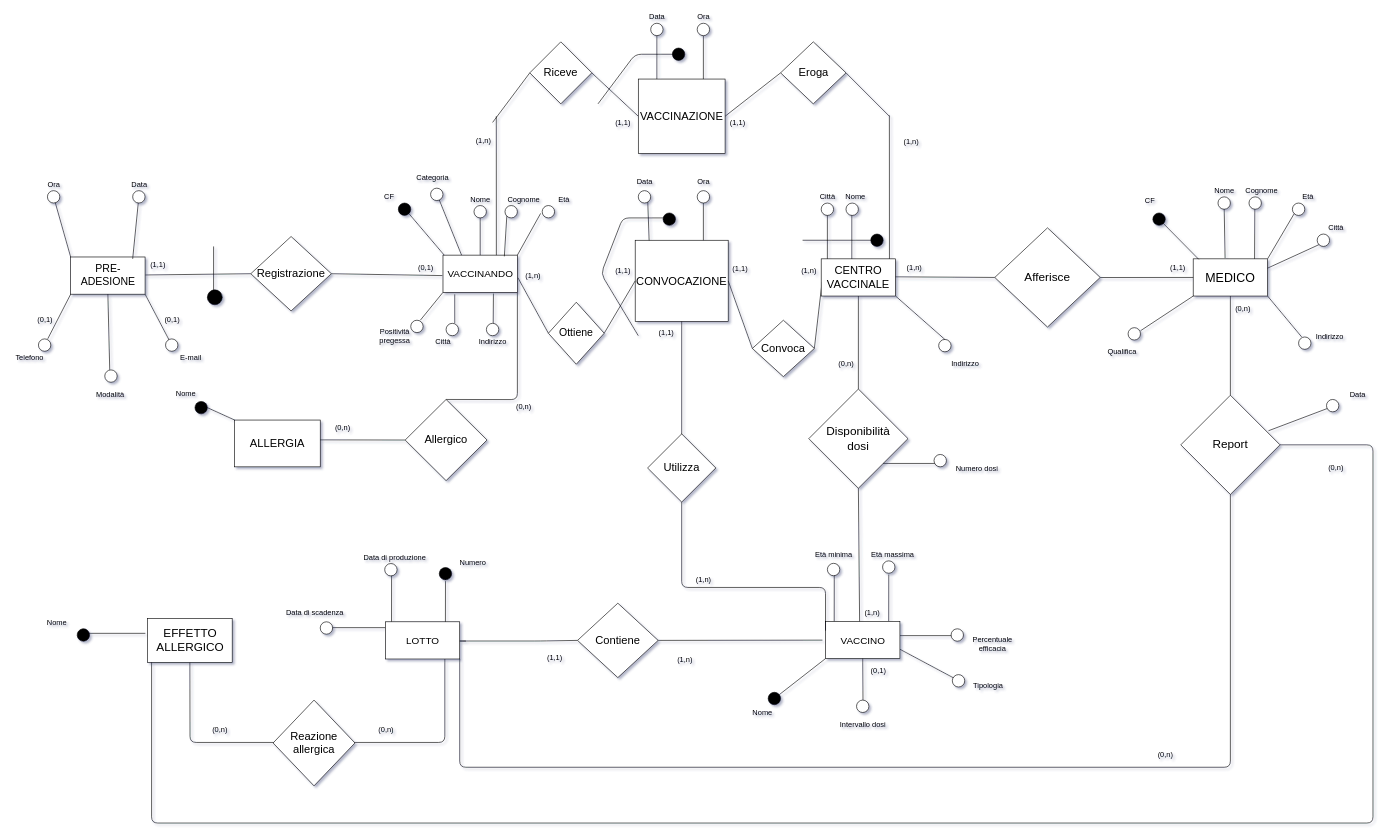
Before: page "ERristr" (1 of 2) of bd/Schema E/ERsenzagen.drawio in shaggyishere/VaccineDatabase, a draw.io diagram. Source tidied: cells renumbered, new cells numbered last; positions are measured from the earlier drawing's top-left corner, leaving out a move shared by most shapes. Both pictures are drawn from the tidied source at 62%, with x=0, y=0 at pixel (10, 11).
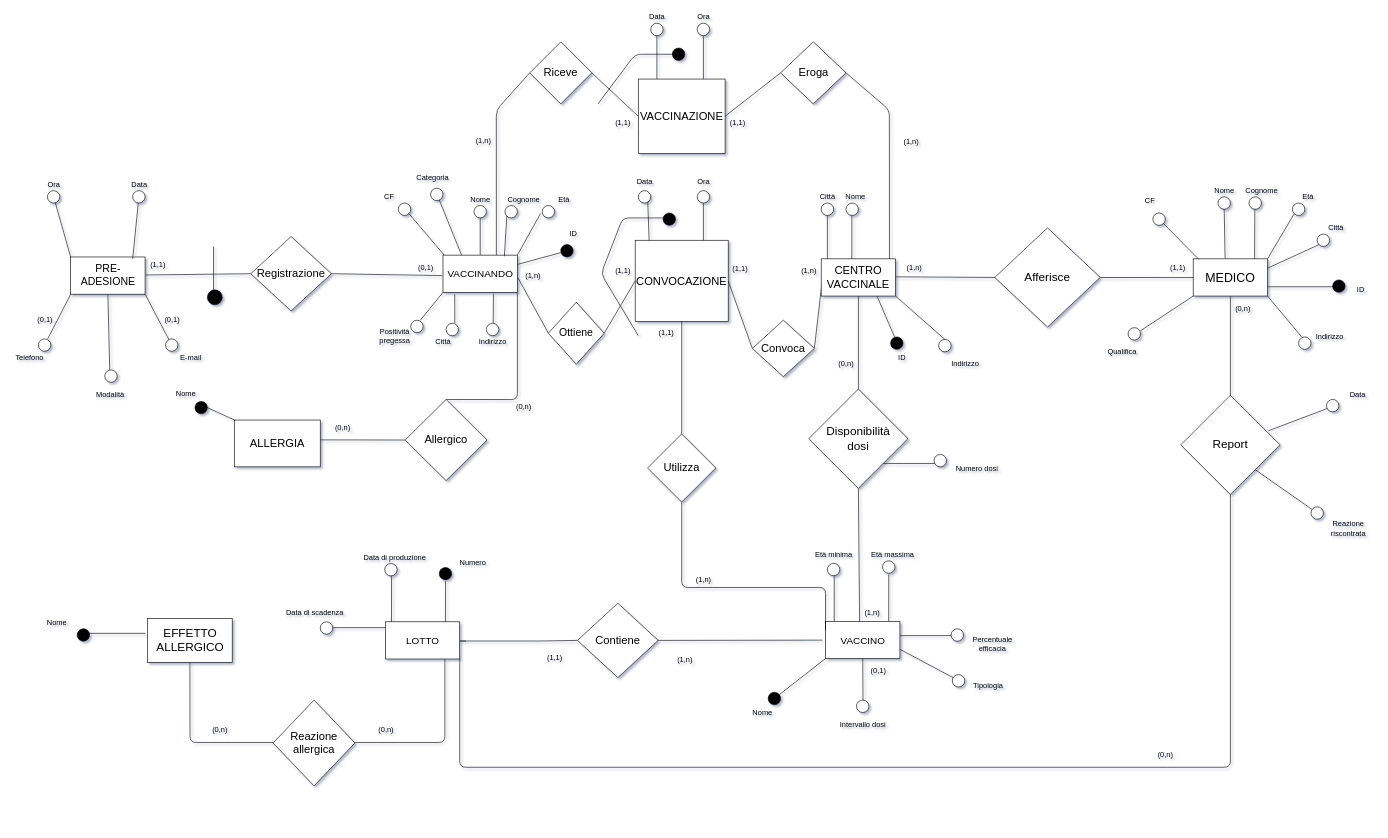
The same page after the edit.

Commit message:
Modificato REPORT (tolta la referenza di reazione allergica)

Unchanged cells that the change refers to:
```xml
<mxCell id="5" value="&lt;font style=&quot;font-size: 18px&quot;&gt;CENTRO VACCINALE&lt;/font&gt;" style="rounded=0;whiteSpace=wrap;html=1;strokeWidth=1;fillColor=#FFFFFF;" parent="1" vertex="1">
  <mxGeometry x="1308" y="400" width="120" height="60" as="geometry" />
</mxCell>
<mxCell id="57" value="&lt;font style=&quot;font-size: 19px&quot;&gt;Report&lt;/font&gt;" style="rhombus;whiteSpace=wrap;html=1;strokeWidth=1;fillColor=#FFFFFF;" parent="1" vertex="1">
  <mxGeometry x="1888" y="620" width="160" height="160" as="geometry" />
</mxCell>
<mxCell id="77" style="rounded=0;whiteSpace=wrap;html=1;" parent="1" vertex="1">
  <mxGeometry x="698" y="394" width="120" height="60" as="geometry" />
</mxCell>
<mxCell id="130" value="&lt;blockquote style=&quot;font-size: 20px&quot;&gt;MEDICO&lt;/blockquote&gt;" style="whiteSpace=wrap;html=1;strokeWidth=1;fillColor=#FFFFFF;" parent="1" vertex="1">
  <mxGeometry x="1908" y="400" width="120" height="60" as="geometry" />
</mxCell>
<mxCell id="165" value="&lt;font style=&quot;font-size: 18px&quot;&gt;Eroga&lt;/font&gt;" style="rhombus;whiteSpace=wrap;html=1;" parent="1" vertex="1">
  <mxGeometry x="1242.5" y="50" width="105.5" height="100" as="geometry" />
</mxCell>
<mxCell id="167" value="&lt;font style=&quot;font-size: 18px&quot;&gt;Riceve&lt;/font&gt;" style="rhombus;whiteSpace=wrap;html=1;" parent="1" vertex="1">
  <mxGeometry x="838" y="50" width="100" height="100" as="geometry" />
</mxCell>
```

Diff of the diagram source:
```diff
@@
-    <mxCell id="14" style="endArrow=none;html=1;" parent="1" edge="1">
-      <mxGeometry relative="1" as="geometry">
-        <mxPoint x="1388" y="370" as="sourcePoint" />
-        <mxPoint x="1278" y="370" as="targetPoint" />
-      </mxGeometry>
-    </mxCell>
-    <mxCell id="15" style="ellipse;whiteSpace=wrap;html=1;strokeWidth=1;fillColor=#000000;" parent="1" vertex="1">
-      <mxGeometry x="1388" y="360" width="20" height="20" as="geometry" />
-    </mxCell>
@@
-    <mxCell id="17" style="endArrow=none;html=1;exitX=0.384;exitY=0.024;exitDx=0;exitDy=0;exitPerimeter=0;" parent="1" edge="1">
+    <mxCell id="17" style="endArrow=none;html=1;exitX=0.384;exitY=0.024;exitDx=0;exitDy=0;exitPerimeter=0;entryX=0;entryY=0.5;entryDx=0;entryDy=0;" parent="1" edge="1" target="167">
       <mxGeometry relative="1" as="geometry">
         <mxPoint x="784.1" y="401.4" as="sourcePoint" />
-        <mxPoint x="784" y="170" as="targetPoint" />
+        <Array as="points">
+          <mxPoint x="784" y="160" />
+        </Array>
       </mxGeometry>
     </mxCell>
-    <mxCell id="18" style="endArrow=none;html=1;exitX=0.384;exitY=0.024;exitDx=0;exitDy=0;exitPerimeter=0;" parent="1" edge="1">
+    <mxCell id="18" style="endArrow=none;html=1;exitX=0.384;exitY=0.024;exitDx=0;exitDy=0;exitPerimeter=0;entryX=1;entryY=0.5;entryDx=0;entryDy=0;" parent="1" edge="1" target="165">
       <mxGeometry relative="1" as="geometry">
         <mxPoint x="1418.1" y="400" as="sourcePoint" />
-        <mxPoint x="1418" y="168.6" as="targetPoint" />
+        <Array as="points">
+          <mxPoint x="1418" y="160" />
+        </Array>
       </mxGeometry>
     </mxCell>
@@
-    <mxCell id="79" style="ellipse;whiteSpace=wrap;html=1;strokeWidth=1;fillColor=#000000;" parent="1" vertex="1">
+    <mxCell id="79" style="ellipse;whiteSpace=wrap;html=1;strokeWidth=1;fillColor=#FFFFFF;" parent="1" vertex="1">
       <mxGeometry x="626" y="310" width="20" height="20" as="geometry" />
     </mxCell>
@@
-    <mxCell id="132" style="ellipse;whiteSpace=wrap;html=1;strokeWidth=1;fillColor=#000000;" parent="1" vertex="1">
+    <mxCell id="132" style="ellipse;whiteSpace=wrap;html=1;strokeWidth=1;fillColor=#FFFFFF;" parent="1" vertex="1">
       <mxGeometry x="1843" y="326" width="20" height="20" as="geometry" />
     </mxCell>
@@
-    <mxCell id="166" style="endArrow=none;html=1;exitX=1;exitY=0.5;exitDx=0;exitDy=0;" parent="1" edge="1" source="165">
-      <mxGeometry relative="1" as="geometry">
-        <mxPoint x="1418" y="170" as="targetPoint" />
-      </mxGeometry>
-    </mxCell>
@@
-    <mxCell id="168" style="endArrow=none;html=1;entryX=0;entryY=0.5;entryDx=0;entryDy=0;" parent="1" edge="1" target="167">
-      <mxGeometry relative="1" as="geometry">
-        <mxPoint x="778" y="180" as="sourcePoint" />
-      </mxGeometry>
-    </mxCell>
@@
-    <mxCell id="202" value="(0,n)" style="text;html=1;align=center;verticalAlign=middle;strokeColor=none;" parent="1" vertex="1">
-      <mxGeometry x="2118" y="727.3" width="40" height="20" as="geometry" />
-    </mxCell>
@@
-    <mxCell id="208" style="endArrow=none;html=1;entryX=1;entryY=0.5;entryDx=0;entryDy=0;" parent="1" edge="1" target="57">
-      <mxGeometry relative="1" as="geometry">
-        <mxPoint x="228" y="1051" as="sourcePoint" />
-        <Array as="points">
-          <mxPoint x="228" y="1310" />
-          <mxPoint x="2198" y="1310" />
-          <mxPoint x="2198" y="700" />
-        </Array>
-      </mxGeometry>
-    </mxCell>
+    <mxCell id="209" style="endArrow=none;html=1;entryX=1;entryY=0.25;entryDx=0;entryDy=0;" parent="1" edge="1" target="77">
+      <mxGeometry relative="1" as="geometry">
+        <mxPoint x="888" y="390" as="sourcePoint" />
+      </mxGeometry>
+    </mxCell>
+    <mxCell id="210" style="ellipse;whiteSpace=wrap;html=1;strokeWidth=1;fillColor=#000000;" parent="1" vertex="1">
+      <mxGeometry x="888" y="377" width="20" height="20" as="geometry" />
+    </mxCell>
+    <mxCell id="211" value="ID" style="text;html=1;align=center;verticalAlign=middle;strokeColor=none;" parent="1" vertex="1">
+      <mxGeometry x="893" y="350" width="30" height="20" as="geometry" />
+    </mxCell>
+    <mxCell id="212" style="endArrow=none;html=1;entryX=1;entryY=0.75;entryDx=0;entryDy=0;" parent="1" edge="1" target="130">
+      <mxGeometry relative="1" as="geometry">
+        <mxPoint x="2138" y="445" as="sourcePoint" />
+      </mxGeometry>
+    </mxCell>
+    <mxCell id="213" style="ellipse;whiteSpace=wrap;html=1;strokeWidth=1;fillColor=#000000;" parent="1" vertex="1">
+      <mxGeometry x="2133" y="434" width="20" height="20" as="geometry" />
+    </mxCell>
+    <mxCell id="214" value="ID" style="text;html=1;align=center;verticalAlign=middle;strokeColor=none;" parent="1" vertex="1">
+      <mxGeometry x="2163" y="440" width="30" height="20" as="geometry" />
+    </mxCell>
+    <mxCell id="215" style="endArrow=none;html=1;entryX=0.75;entryY=1;entryDx=0;entryDy=0;" parent="1" edge="1" target="5">
+      <mxGeometry relative="1" as="geometry">
+        <mxPoint x="1428" y="530" as="sourcePoint" />
+      </mxGeometry>
+    </mxCell>
+    <mxCell id="216" style="ellipse;whiteSpace=wrap;html=1;strokeWidth=1;fillColor=#000000;" parent="1" vertex="1">
+      <mxGeometry x="1420" y="526" width="20" height="20" as="geometry" />
+    </mxCell>
+    <mxCell id="217" value="ID" style="text;html=1;align=center;verticalAlign=middle;strokeColor=none;" parent="1" vertex="1">
+      <mxGeometry x="1423" y="550" width="30" height="20" as="geometry" />
+    </mxCell>
+    <mxCell id="218" style="endArrow=none;html=1;entryX=1;entryY=1;entryDx=0;entryDy=0;" parent="1" edge="1" target="57">
+      <mxGeometry relative="1" as="geometry">
+        <mxPoint x="2108" y="810" as="sourcePoint" />
+      </mxGeometry>
+    </mxCell>
+    <mxCell id="219" style="ellipse;whiteSpace=wrap;html=1;strokeWidth=1;" parent="1" vertex="1">
+      <mxGeometry x="2098" y="800" width="20" height="20" as="geometry" />
+    </mxCell>
+    <mxCell id="220" value="&lt;div&gt;Reazione&lt;/div&gt;&lt;div&gt;riscontrata&lt;br&gt;&lt;/div&gt;" style="text;html=1;align=center;verticalAlign=middle;strokeColor=none;" parent="1" vertex="1">
+      <mxGeometry x="2123" y="820" width="70" height="30" as="geometry" />
+    </mxCell>
```
